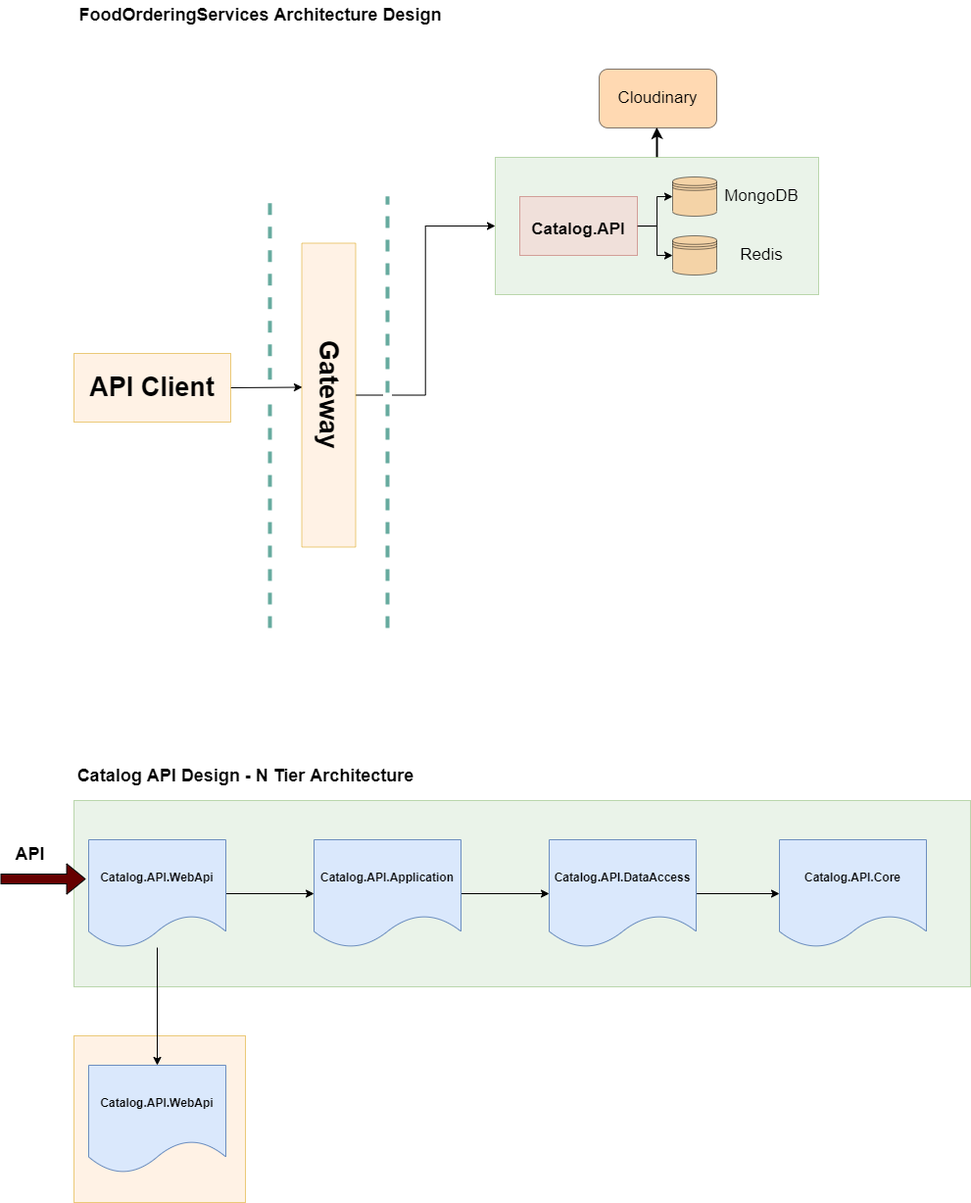
bm1905/FoodOrderingServices keeps this draw.io diagram as SAD.png. Above is the earlier version. Source tidied: cells renumbered, new cells last; positions are measured from the earlier drawing's top-left corner, leaving out a move shared by most shapes. The source it was exported from:
```xml
<mxGraphModel>
  <root>
    <mxCell id="0" />
    <mxCell id="1" parent="0" />
    <mxCell id="2" style="rounded=0;whiteSpace=wrap;html=1;fillColor=#ffe6cc;strokeColor=#d79b00;opacity=50;" parent="1" vertex="1">
      <mxGeometry x="75" y="1056" width="175" height="170" as="geometry" />
    </mxCell>
    <mxCell id="3" style="rounded=0;whiteSpace=wrap;html=1;fillColor=#d5e8d4;strokeColor=#82b366;opacity=50;" parent="1" vertex="1">
      <mxGeometry x="75" y="816" width="915" height="190" as="geometry" />
    </mxCell>
    <mxCell id="4" value="FoodOrderingServices Architecture Design" style="text;html=1;align=center;verticalAlign=middle;strokeColor=none;fillColor=none;fontStyle=1;fontSize=18;" parent="1" vertex="1">
      <mxGeometry x="75" width="380" height="30" as="geometry" />
    </mxCell>
    <mxCell id="5" value="Catalog API Design - N Tier Architecture" style="text;html=1;align=center;verticalAlign=middle;strokeColor=none;fillColor=none;fontStyle=1;fontSize=18;" parent="1" vertex="1">
      <mxGeometry x="70" y="776" width="360" height="30" as="geometry" />
    </mxCell>
    <mxCell id="6" style="edgeStyle=orthogonalEdgeStyle;rounded=0;jettySize=auto;html=1;fillColor=#660000;" parent="1" edge="1" source="8" target="10">
      <mxGeometry relative="1" as="geometry" />
    </mxCell>
    <mxCell id="7" style="edgeStyle=orthogonalEdgeStyle;rounded=0;jettySize=auto;html=1;entryX=0.5;entryY=0;entryDx=0;entryDy=0;fillColor=#660000;" parent="1" edge="1" source="8" target="16">
      <mxGeometry relative="1" as="geometry" />
    </mxCell>
    <mxCell id="8" value="&lt;b&gt;Catalog.API.WebApi&lt;/b&gt;" style="shape=document;whiteSpace=wrap;html=1;boundedLbl=1;fillColor=#dae8fc;strokeColor=#6c8ebf;" parent="1" vertex="1">
      <mxGeometry x="90" y="856" width="140" height="110" as="geometry" />
    </mxCell>
    <mxCell id="9" style="edgeStyle=orthogonalEdgeStyle;rounded=0;jettySize=auto;html=1;fillColor=#660000;" parent="1" edge="1" source="10" target="12">
      <mxGeometry relative="1" as="geometry" />
    </mxCell>
    <mxCell id="10" value="&lt;b&gt;Catalog.API.Application&lt;/b&gt;" style="shape=document;whiteSpace=wrap;html=1;boundedLbl=1;fillColor=#dae8fc;strokeColor=#6c8ebf;" parent="1" vertex="1">
      <mxGeometry x="320" y="856" width="150" height="110" as="geometry" />
    </mxCell>
    <mxCell id="11" style="edgeStyle=orthogonalEdgeStyle;rounded=0;jettySize=auto;html=1;entryX=0;entryY=0.5;entryDx=0;entryDy=0;fillColor=#660000;" parent="1" edge="1" source="12" target="13">
      <mxGeometry relative="1" as="geometry" />
    </mxCell>
    <mxCell id="12" value="&lt;b&gt;Catalog.API.DataAccess&lt;/b&gt;" style="shape=document;whiteSpace=wrap;html=1;boundedLbl=1;fillColor=#dae8fc;strokeColor=#6c8ebf;" parent="1" vertex="1">
      <mxGeometry x="560" y="856" width="150" height="110" as="geometry" />
    </mxCell>
    <mxCell id="13" value="&lt;b&gt;Catalog.API.Core&lt;/b&gt;" style="shape=document;whiteSpace=wrap;html=1;boundedLbl=1;fillColor=#dae8fc;strokeColor=#6c8ebf;" parent="1" vertex="1">
      <mxGeometry x="795" y="856" width="150" height="110" as="geometry" />
    </mxCell>
    <mxCell id="14" style="shape=flexArrow;endArrow=classic;html=1;rounded=0;fillColor=#660000;entryX=-0.021;entryY=0.364;entryDx=0;entryDy=0;entryPerimeter=0;" parent="1" edge="1" target="8">
      <mxGeometry relative="1" as="geometry">
        <mxPoint y="896" as="sourcePoint" />
      </mxGeometry>
    </mxCell>
    <mxCell id="15" value="API" style="text;html=1;align=center;verticalAlign=middle;strokeColor=none;fillColor=none;fontStyle=1;fontSize=18;" parent="1" vertex="1">
      <mxGeometry x="5" y="856" width="50" height="30" as="geometry" />
    </mxCell>
    <mxCell id="16" value="&lt;b&gt;Catalog.API.WebApi&lt;/b&gt;" style="shape=document;whiteSpace=wrap;html=1;boundedLbl=1;fillColor=#dae8fc;strokeColor=#6c8ebf;" parent="1" vertex="1">
      <mxGeometry x="90" y="1086" width="140" height="110" as="geometry" />
    </mxCell>
    <mxCell id="17" style="edgeStyle=orthogonalEdgeStyle;rounded=0;jumpStyle=gap;jumpSize=10;jettySize=auto;html=1;entryX=0.474;entryY=0.991;entryDx=0;entryDy=0;entryPerimeter=0;fontSize=17;strokeColor=#000000;strokeWidth=1;fillColor=#660000;" parent="1" edge="1" source="18" target="21">
      <mxGeometry relative="1" as="geometry" />
    </mxCell>
    <mxCell id="18" value="&lt;b&gt;&lt;font style=&quot;font-size: 27px&quot;&gt;API Client&lt;/font&gt;&lt;/b&gt;" style="rounded=0;whiteSpace=wrap;html=1;opacity=50;fillColor=#ffe6cc;strokeColor=#d79b00;" parent="1" vertex="1">
      <mxGeometry x="75" y="360" width="160" height="70" as="geometry" />
    </mxCell>
    <mxCell id="19" style="endArrow=none;dashed=1;html=1;rounded=0;fontSize=27;fillColor=#660000;strokeWidth=4;strokeColor=#67AB9F;jumpSize=10;jumpStyle=gap;" parent="1" edge="1">
      <mxGeometry relative="1" as="geometry">
        <mxPoint x="395" y="640" as="sourcePoint" />
        <mxPoint x="395" y="200" as="targetPoint" />
      </mxGeometry>
    </mxCell>
    <mxCell id="20" style="edgeStyle=orthogonalEdgeStyle;rounded=0;jumpStyle=gap;jumpSize=10;jettySize=auto;html=1;entryX=0;entryY=0.5;entryDx=0;entryDy=0;fontSize=17;strokeColor=#000000;strokeWidth=1;fillColor=#660000;" parent="1" edge="1" source="21" target="23">
      <mxGeometry relative="1" as="geometry" />
    </mxCell>
    <mxCell id="21" value="&lt;b&gt;&lt;font style=&quot;font-size: 27px&quot;&gt;Gateway&lt;/font&gt;&lt;/b&gt;" style="rounded=0;whiteSpace=wrap;html=1;opacity=50;fillColor=#ffe6cc;strokeColor=#d79b00;rotation=90;" parent="1" vertex="1">
      <mxGeometry x="180" y="375" width="310" height="55" as="geometry" />
    </mxCell>
    <mxCell id="22" style="edgeStyle=orthogonalEdgeStyle;rounded=0;jettySize=auto;html=1;fontSize=17;strokeWidth=2;fillColor=#660000;entryX=0.49;entryY=0.989;entryDx=0;entryDy=0;entryPerimeter=0;" parent="1" edge="1" source="23" target="31">
      <mxGeometry relative="1" as="geometry" />
    </mxCell>
    <mxCell id="23" style="rounded=0;whiteSpace=wrap;html=1;opacity=50;fillColor=#d5e8d4;strokeColor=#82b366;" parent="1" vertex="1">
      <mxGeometry x="505" y="160" width="330" height="140" as="geometry" />
    </mxCell>
    <mxCell id="24" style="edgeStyle=orthogonalEdgeStyle;rounded=0;jumpStyle=gap;jumpSize=10;jettySize=auto;html=1;fontSize=17;strokeColor=#000000;strokeWidth=1;fillColor=#660000;" parent="1" edge="1" source="26" target="27">
      <mxGeometry relative="1" as="geometry" />
    </mxCell>
    <mxCell id="25" style="edgeStyle=orthogonalEdgeStyle;rounded=0;jumpStyle=gap;jumpSize=10;jettySize=auto;html=1;fontSize=17;strokeColor=#000000;strokeWidth=1;fillColor=#660000;" parent="1" edge="1" source="26" target="29">
      <mxGeometry relative="1" as="geometry" />
    </mxCell>
    <mxCell id="26" value="&lt;b&gt;&lt;font style=&quot;font-size: 17px&quot;&gt;Catalog.API&lt;/font&gt;&lt;/b&gt;" style="rounded=0;whiteSpace=wrap;html=1;fontSize=27;opacity=50;fillColor=#f8cecc;strokeColor=#b85450;" parent="1" vertex="1">
      <mxGeometry x="530" y="200" width="120" height="60" as="geometry" />
    </mxCell>
    <mxCell id="27" style="shape=datastore;whiteSpace=wrap;html=1;fontSize=17;opacity=50;fillColor=#FFB366;" parent="1" vertex="1">
      <mxGeometry x="686" y="180" width="45" height="40" as="geometry" />
    </mxCell>
    <mxCell id="28" value="MongoDB" style="text;html=1;strokeColor=none;fillColor=none;align=center;verticalAlign=middle;whiteSpace=wrap;rounded=0;fontSize=17;opacity=50;" parent="1" vertex="1">
      <mxGeometry x="747" y="185" width="60" height="30" as="geometry" />
    </mxCell>
    <mxCell id="29" style="shape=datastore;whiteSpace=wrap;html=1;fontSize=17;opacity=50;fillColor=#FFB366;" parent="1" vertex="1">
      <mxGeometry x="686" y="240" width="45" height="40" as="geometry" />
    </mxCell>
    <mxCell id="30" value="Redis" style="text;html=1;strokeColor=none;fillColor=none;align=center;verticalAlign=middle;whiteSpace=wrap;rounded=0;fontSize=17;opacity=50;" parent="1" vertex="1">
      <mxGeometry x="747" y="245" width="60" height="30" as="geometry" />
    </mxCell>
    <mxCell id="31" value="Cloudinary" style="rounded=1;whiteSpace=wrap;html=1;fontSize=17;fillColor=#FFB366;opacity=50;" parent="1" vertex="1">
      <mxGeometry x="611" y="70" width="120" height="60" as="geometry" />
    </mxCell>
    <mxCell id="32" style="endArrow=none;dashed=1;html=1;rounded=0;fontSize=27;fillColor=#660000;strokeWidth=4;strokeColor=#67AB9F;jumpSize=10;jumpStyle=gap;" parent="1" edge="1">
      <mxGeometry relative="1" as="geometry">
        <mxPoint x="275" y="640" as="sourcePoint" />
        <mxPoint x="275" y="200" as="targetPoint" />
      </mxGeometry>
    </mxCell>
  </root>
</mxGraphModel>
```
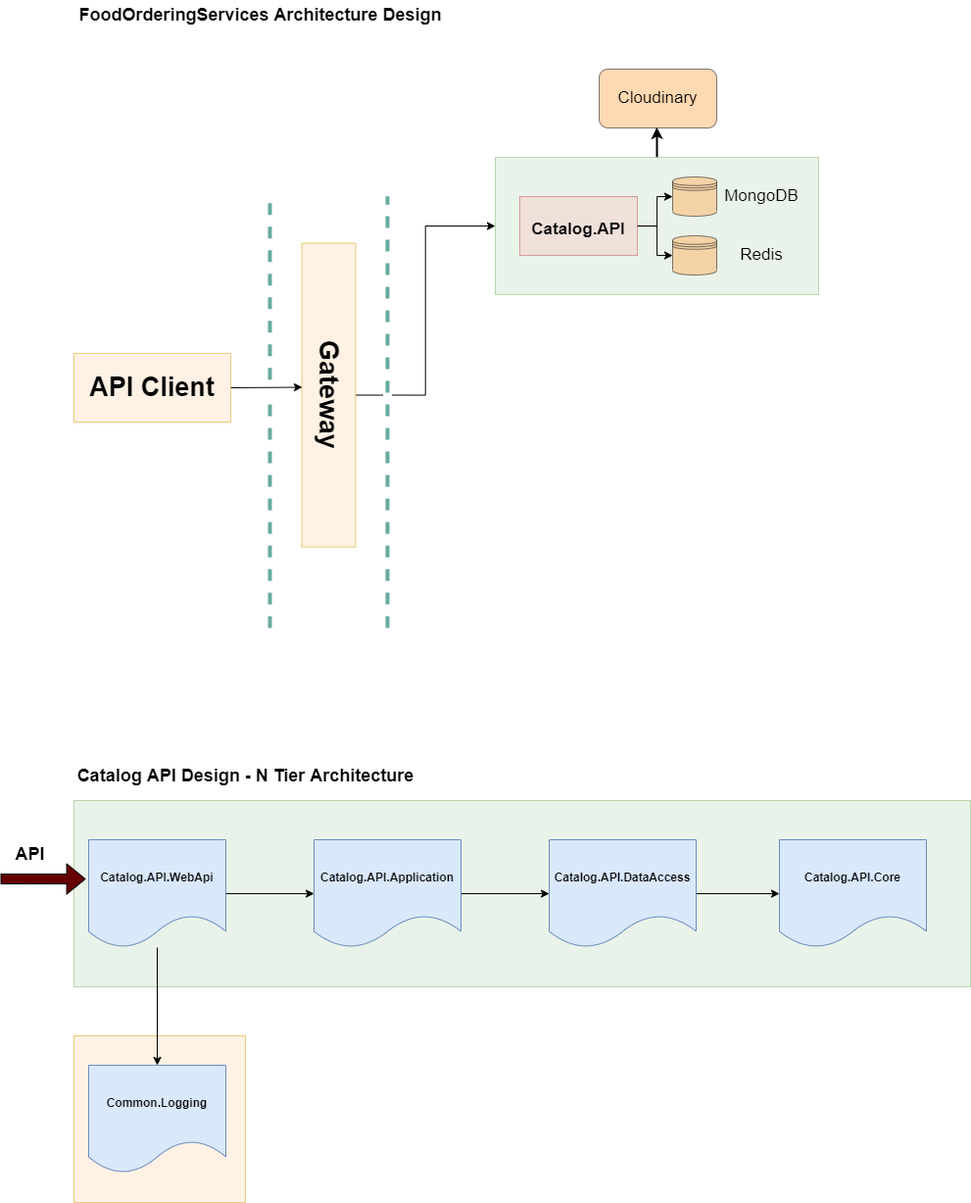
The same diagram one commit later.

The edit, as a diff of the source:
```diff
@@ -46,7 +46,7 @@
     <mxCell id="15" value="API" style="text;html=1;align=center;verticalAlign=middle;strokeColor=none;fillColor=none;fontStyle=1;fontSize=18;" parent="1" vertex="1">
       <mxGeometry x="5" y="856" width="50" height="30" as="geometry" />
     </mxCell>
-    <mxCell id="16" value="&lt;b&gt;Catalog.API.WebApi&lt;/b&gt;" style="shape=document;whiteSpace=wrap;html=1;boundedLbl=1;fillColor=#dae8fc;strokeColor=#6c8ebf;" parent="1" vertex="1">
+    <mxCell id="16" value="&lt;b&gt;Common.Logging&lt;/b&gt;" style="shape=document;whiteSpace=wrap;html=1;boundedLbl=1;fillColor=#dae8fc;strokeColor=#6c8ebf;" parent="1" vertex="1">
       <mxGeometry x="90" y="1086" width="140" height="110" as="geometry" />
     </mxCell>
     <mxCell id="17" style="edgeStyle=orthogonalEdgeStyle;rounded=0;jumpStyle=gap;jumpSize=10;jettySize=auto;html=1;entryX=0.474;entryY=0.991;entryDx=0;entryDy=0;entryPerimeter=0;fontSize=17;strokeColor=#000000;strokeWidth=1;fillColor=#660000;" parent="1" edge="1" source="18" target="21">
```
